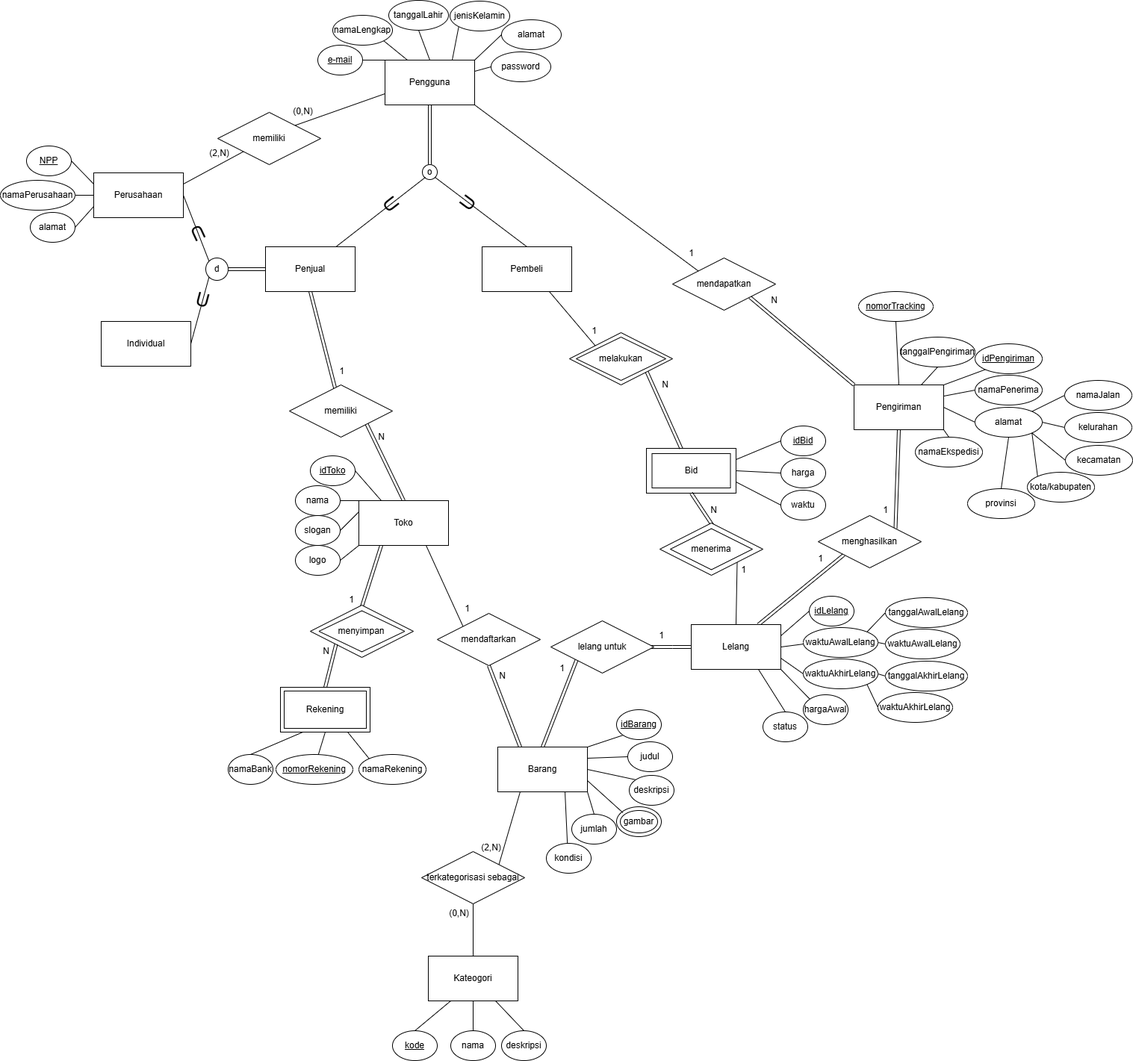
anthef/anthef keeps this draw.io diagram as ti1_basdat.drawio.png. Above is the earlier version. Source tidied: cells renumbered, new cells last; positions are measured from the earlier drawing's top-left corner, leaving out a move shared by most shapes.
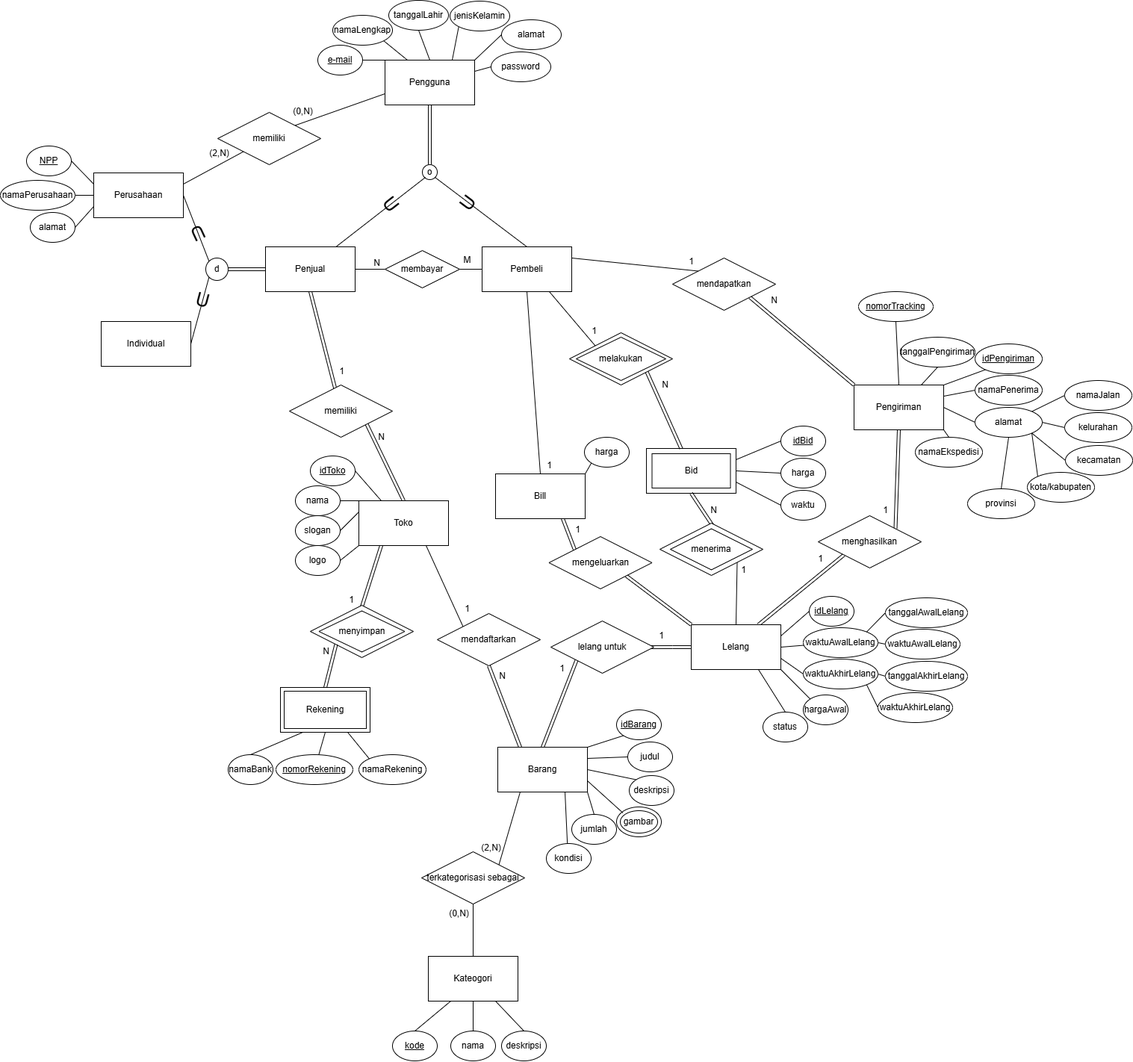
The same file after the commit.

Commit message:
erd ti basdat

The edit, as a diff of the source:
```diff
@@ -62,6 +62,9 @@
     <mxCell id="21" style="rounded=0;jettySize=auto;html=1;exitX=0.75;exitY=1;exitDx=0;exitDy=0;entryX=0;entryY=0;entryDx=0;entryDy=0;endArrow=none;startFill=0;" parent="1" edge="1" source="22" target="141">
       <mxGeometry relative="1" as="geometry" />
     </mxCell>
+    <mxCell id="181" style="rounded=0;jettySize=auto;html=1;exitX=0;exitY=0.5;exitDx=0;exitDy=0;entryX=1;entryY=0.5;entryDx=0;entryDy=0;endArrow=none;startFill=0;" parent="1" edge="1" source="22" target="190">
+      <mxGeometry relative="1" as="geometry" />
+    </mxCell>
     <mxCell id="22" value="Pembeli" style="rounded=0;whiteSpace=wrap;html=1;" parent="1" vertex="1">
       <mxGeometry x="645" y="330" width="120" height="60" as="geometry" />
     </mxCell>
@@ -355,6 +358,9 @@
     <mxCell id="117" value="waktuAwalLelang" style="ellipse;whiteSpace=wrap;html=1;" parent="1" vertex="1">
       <mxGeometry x="1075" y="840" width="100" height="40" as="geometry" />
     </mxCell>
+    <mxCell id="182" style="rounded=0;jettySize=auto;html=1;exitX=0;exitY=0;exitDx=0;exitDy=0;entryX=1;entryY=1;entryDx=0;entryDy=0;endArrow=none;startFill=0;shape=link;" parent="1" edge="1" source="118" target="184">
+      <mxGeometry relative="1" as="geometry" />
+    </mxCell>
     <mxCell id="118" value="Lelang" style="rounded=0;whiteSpace=wrap;html=1;" parent="1" vertex="1">
       <mxGeometry x="925" y="836" width="120" height="60" as="geometry" />
     </mxCell>
@@ -536,13 +542,49 @@
       <mxGeometry x="900" y="345" width="138" height="70" as="geometry" />
     </mxCell>
     <mxCell id="178" value="1" style="text;html=1;align=center;verticalAlign=middle;strokeColor=none;fillColor=none;" parent="1" vertex="1">
-      <mxGeometry x="910" y="324" width="30" height="30" as="geometry" />
+      <mxGeometry x="910" y="335" width="30" height="30" as="geometry" />
     </mxCell>
     <mxCell id="179" value="N" style="text;html=1;align=center;verticalAlign=middle;strokeColor=none;fillColor=none;" parent="1" vertex="1">
       <mxGeometry x="1021" y="387" width="30" height="30" as="geometry" />
     </mxCell>
-    <mxCell id="180" style="rounded=0;jettySize=auto;html=1;exitX=1;exitY=1;exitDx=0;exitDy=0;entryX=0;entryY=0;entryDx=0;entryDy=0;endArrow=none;startFill=0;" parent="1" edge="1" source="9" target="177">
+    <mxCell id="180" style="rounded=0;jettySize=auto;html=1;exitX=1;exitY=0.25;exitDx=0;exitDy=0;entryX=0;entryY=0;entryDx=0;entryDy=0;endArrow=none;startFill=0;" parent="1" edge="1" source="22" target="177">
       <mxGeometry relative="1" as="geometry" />
     </mxCell>
+    <mxCell id="183" style="rounded=0;jettySize=auto;html=1;exitX=0;exitY=0;exitDx=0;exitDy=0;entryX=0.75;entryY=1;entryDx=0;entryDy=0;endArrow=none;startFill=0;shape=link;" parent="1" edge="1" source="184" target="187">
+      <mxGeometry relative="1" as="geometry" />
+    </mxCell>
+    <mxCell id="184" value="mengeluarkan" style="rhombus;whiteSpace=wrap;html=1;" parent="1" vertex="1">
+      <mxGeometry x="734.5" y="718" width="138" height="70" as="geometry" />
+    </mxCell>
+    <mxCell id="185" style="rounded=0;jettySize=auto;html=1;exitX=1;exitY=0;exitDx=0;exitDy=0;entryX=0;entryY=1;entryDx=0;entryDy=0;endArrow=none;startFill=0;" parent="1" edge="1" source="187" target="188">
+      <mxGeometry relative="1" as="geometry" />
+    </mxCell>
+    <mxCell id="186" style="rounded=0;jettySize=auto;html=1;exitX=0.5;exitY=0;exitDx=0;exitDy=0;entryX=0.5;entryY=1;entryDx=0;entryDy=0;endArrow=none;startFill=0;" parent="1" edge="1" source="187" target="22">
+      <mxGeometry relative="1" as="geometry" />
+    </mxCell>
+    <mxCell id="187" value="Bill" style="rounded=0;whiteSpace=wrap;html=1;" parent="1" vertex="1">
+      <mxGeometry x="663" y="634" width="120" height="60" as="geometry" />
+    </mxCell>
+    <mxCell id="188" value="harga" style="ellipse;whiteSpace=wrap;html=1;" parent="1" vertex="1">
+      <mxGeometry x="782" y="585" width="60" height="40" as="geometry" />
+    </mxCell>
+    <mxCell id="189" style="rounded=0;jettySize=auto;html=1;exitX=0;exitY=0.5;exitDx=0;exitDy=0;entryX=1;entryY=0.5;entryDx=0;entryDy=0;endArrow=none;startFill=0;" parent="1" edge="1" source="190" target="20">
+      <mxGeometry relative="1" as="geometry" />
+    </mxCell>
+    <mxCell id="190" value="membayar" style="rhombus;whiteSpace=wrap;html=1;" parent="1" vertex="1">
+      <mxGeometry x="515" y="335" width="100" height="50" as="geometry" />
+    </mxCell>
+    <mxCell id="191" value="M" style="text;html=1;align=center;verticalAlign=middle;strokeColor=none;fillColor=none;" parent="1" vertex="1">
+      <mxGeometry x="610" y="333" width="30" height="30" as="geometry" />
+    </mxCell>
+    <mxCell id="192" value="N" style="text;html=1;align=center;verticalAlign=middle;strokeColor=none;fillColor=none;" parent="1" vertex="1">
+      <mxGeometry x="489" y="337" width="30" height="30" as="geometry" />
+    </mxCell>
+    <mxCell id="193" value="1" style="text;html=1;align=center;verticalAlign=middle;strokeColor=none;fillColor=none;" parent="1" vertex="1">
+      <mxGeometry x="758" y="694" width="30" height="30" as="geometry" />
+    </mxCell>
+    <mxCell id="194" value="1" style="text;html=1;align=center;verticalAlign=middle;strokeColor=none;fillColor=none;" parent="1" vertex="1">
+      <mxGeometry x="720" y="608" width="30" height="30" as="geometry" />
+    </mxCell>
   </root>
 </mxGraphModel>
```
